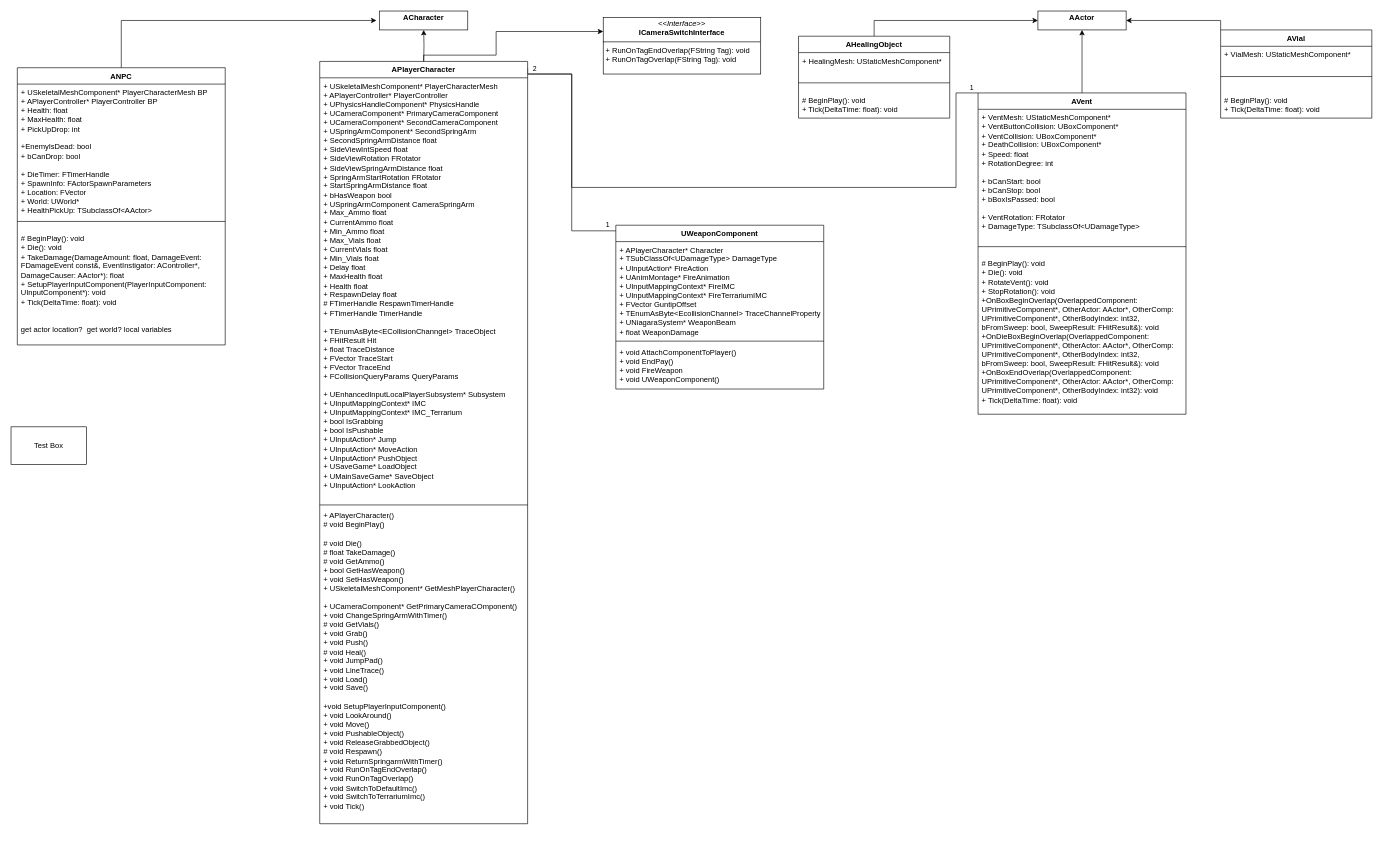
Viiktorh/Miniaturized keeps this draw.io diagram as Miniaturized Diagram.drawio. Above is the earlier version. Source tidied: cells renumbered, new cells numbered last; positions are measured from the earlier drawing's top-left corner, leaving out a move shared by most shapes. Both pictures are drawn from the tidied source at 63%, with x=0, y=0 at pixel (11, 11).
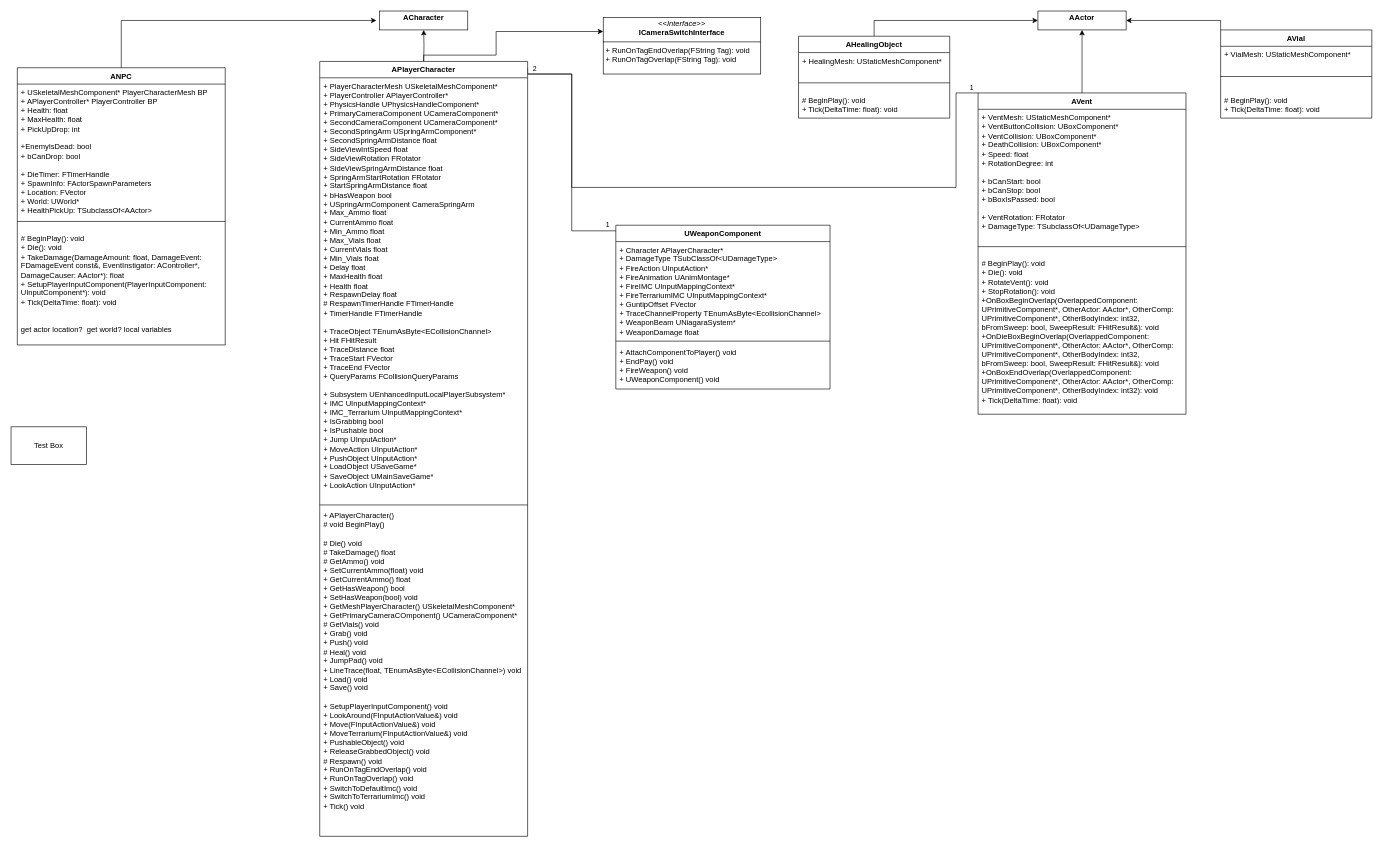
After the change.

Change to the diagram source:
```diff
@@
     <mxCell id="3" value="UWeaponComponent" style="swimlane;fontStyle=1;align=center;verticalAlign=top;horizontal=1;startSize=26;whiteSpace=wrap;html=1;" parent="1" vertex="1">
-      <mxGeometry x="960" y="340" width="330" height="260" as="geometry" />
+      <mxGeometry x="960" y="340" width="340" height="260" as="geometry" />
     </mxCell>
-    <mxCell id="4" value="+ APlayerCharacter* Character&lt;div&gt;+ TSubClassOf&amp;lt;UDamageType&amp;gt; DamageType&lt;/div&gt;&lt;div&gt;+ UInputAction* FireAction&lt;br&gt;&lt;div&gt;+ UAnimMontage* FireAnimation&lt;/div&gt;&lt;/div&gt;&lt;div&gt;+ UInputMappingContext* FireIMC&lt;/div&gt;&lt;div&gt;+ UInputMappingContext* FireTerrariumIMC&lt;/div&gt;&lt;div&gt;+ FVector GuntipOffset&lt;/div&gt;&lt;div&gt;+ TEnumAsByte&amp;lt;EcollisionChannel&amp;gt; TraceChannelProperty&lt;/div&gt;&lt;div&gt;+ UNiagaraSystem* WeaponBeam&lt;/div&gt;&lt;div&gt;+ float WeaponDamage&lt;/div&gt;" style="text;strokeColor=none;fillColor=none;align=left;verticalAlign=top;spacingLeft=4;spacingRight=4;overflow=hidden;whiteSpace=wrap;html=1;" parent="3" vertex="1">
-      <mxGeometry y="26" width="330" height="154" as="geometry" />
+    <mxCell id="4" value="+ Character APlayerCharacter*&amp;nbsp;&lt;div&gt;+ DamageType&amp;nbsp;&lt;span style=&quot;background-color: initial;&quot;&gt;TSubClassOf&amp;lt;UDamageType&amp;gt;&lt;/span&gt;&lt;span style=&quot;background-color: initial;&quot;&gt;&amp;nbsp;&lt;/span&gt;&lt;/div&gt;&lt;div&gt;+ FireAction UInputAction*&amp;nbsp;&lt;br&gt;&lt;div&gt;+ FireAnimation&amp;nbsp;&lt;span style=&quot;background-color: initial;&quot;&gt;UAnimMontage*&lt;/span&gt;&lt;span style=&quot;background-color: initial;&quot;&gt;&amp;nbsp;&lt;/span&gt;&lt;/div&gt;&lt;/div&gt;&lt;div&gt;+ FireIMC&amp;nbsp;&lt;span style=&quot;background-color: initial;&quot;&gt;UInputMappingContext*&lt;/span&gt;&lt;span style=&quot;background-color: initial;&quot;&gt;&amp;nbsp;&lt;/span&gt;&lt;/div&gt;&lt;div&gt;+ FireTerrariumIMC&amp;nbsp;&lt;span style=&quot;background-color: initial;&quot;&gt;UInputMappingContext*&lt;/span&gt;&lt;span style=&quot;background-color: initial;&quot;&gt;&amp;nbsp;&lt;/span&gt;&lt;/div&gt;&lt;div&gt;+ GuntipOffset&amp;nbsp;&lt;span style=&quot;background-color: initial;&quot;&gt;FVector&lt;/span&gt;&lt;span style=&quot;background-color: initial;&quot;&gt;&amp;nbsp;&lt;/span&gt;&lt;/div&gt;&lt;div&gt;+ TraceChannelProperty&amp;nbsp;&lt;span style=&quot;background-color: initial;&quot;&gt;TEnumAsByte&amp;lt;EcollisionChannel&amp;gt;&lt;/span&gt;&lt;span style=&quot;background-color: initial;&quot;&gt;&amp;nbsp;&lt;/span&gt;&lt;/div&gt;&lt;div&gt;+ WeaponBeam&amp;nbsp;&lt;span style=&quot;background-color: initial;&quot;&gt;UNiagaraSystem*&lt;/span&gt;&lt;/div&gt;&lt;div&gt;+ WeaponDamage&amp;nbsp;&lt;span style=&quot;background-color: initial;&quot;&gt;float&lt;/span&gt;&lt;/div&gt;" style="text;strokeColor=none;fillColor=none;align=left;verticalAlign=top;spacingLeft=4;spacingRight=4;overflow=hidden;whiteSpace=wrap;html=1;" parent="3" vertex="1">
+      <mxGeometry y="26" width="340" height="154" as="geometry" />
     </mxCell>
     <mxCell id="5" style="line;strokeWidth=1;fillColor=none;align=left;verticalAlign=middle;spacingTop=-1;spacingLeft=3;spacingRight=3;labelPosition=right;strokeColor=inherit;" parent="3" vertex="1">
-      <mxGeometry y="180" width="330" height="8" as="geometry" />
+      <mxGeometry y="180" width="340" height="8" as="geometry" />
     </mxCell>
-    <mxCell id="6" value="+ void AttachComponentToPlayer()&lt;div&gt;+ void EndPay()&lt;/div&gt;&lt;div&gt;+ void FireWeapon&lt;/div&gt;&lt;div&gt;+ void UWeaponComponent()&lt;/div&gt;" style="text;strokeColor=none;fillColor=none;align=left;verticalAlign=top;spacingLeft=4;spacingRight=4;overflow=hidden;whiteSpace=wrap;html=1;" parent="3" vertex="1">
-      <mxGeometry y="188" width="330" height="72" as="geometry" />
+    <mxCell id="6" value="+ AttachComponentToPlayer() void&amp;nbsp;&lt;div&gt;+ EndPay()&amp;nbsp;&lt;span style=&quot;background-color: initial;&quot;&gt;void&lt;/span&gt;&lt;span style=&quot;background-color: initial;&quot;&gt;&amp;nbsp;&lt;/span&gt;&lt;/div&gt;&lt;div&gt;+ FireWeapon()&amp;nbsp;&lt;span style=&quot;background-color: initial;&quot;&gt;void&lt;/span&gt;&lt;span style=&quot;background-color: initial;&quot;&gt;&amp;nbsp;&lt;/span&gt;&lt;/div&gt;&lt;div&gt;+ UWeaponComponent()&lt;span style=&quot;background-color: initial;&quot;&gt;&amp;nbsp;&lt;/span&gt;&lt;span style=&quot;background-color: initial;&quot;&gt;void&lt;/span&gt;&lt;/div&gt;" style="text;strokeColor=none;fillColor=none;align=left;verticalAlign=top;spacingLeft=4;spacingRight=4;overflow=hidden;whiteSpace=wrap;html=1;" parent="3" vertex="1">
+      <mxGeometry y="188" width="340" height="72" as="geometry" />
     </mxCell>
@@
     <mxCell id="36" value="APlayerCharacter" style="swimlane;fontStyle=1;align=center;verticalAlign=top;horizontal=1;startSize=26;whiteSpace=wrap;html=1;" parent="1" vertex="1">
-      <mxGeometry x="490" y="80" width="330" height="1210" as="geometry" />
+      <mxGeometry x="490" y="80" width="330" height="1230" as="geometry" />
     </mxCell>
-    <mxCell id="37" value="&lt;div&gt;&lt;span style=&quot;background-color: initial;&quot;&gt;+ USkeletalMeshComponent* PlayerCharacterMesh&lt;/span&gt;&lt;/div&gt;&lt;div&gt;&lt;span style=&quot;background-color: initial;&quot;&gt;+ APlayerController* PlayerController&lt;/span&gt;&lt;/div&gt;&lt;div&gt;+ UPhysicsHandleComponent* PhysicsHandle&lt;/div&gt;&lt;div&gt;+ UCameraComponent* PrimaryCameraComponent&lt;/div&gt;&lt;div&gt;+ UCameraComponent* SecondCameraComponent&lt;/div&gt;&lt;div&gt;+ USpringArmComponent* SecondSpringArm&lt;/div&gt;&lt;div&gt;+ SecondSpringArmDistance float&lt;/div&gt;&lt;div&gt;+ SideViewIntSpeed float&lt;/div&gt;&lt;div&gt;+ SideViewRotation FRotator&lt;/div&gt;&lt;div&gt;+ SideViewSpringArmDistance float&lt;/div&gt;&lt;div&gt;+ SpringArmStartRotation FRotator&lt;/div&gt;&lt;div&gt;+ StartSpringArmDistance float&lt;/div&gt;&lt;span style=&quot;background-color: initial;&quot;&gt;+ bHasWeapon bool&lt;/span&gt;&lt;div&gt;+ USpringArmComponent CameraSpringArm&lt;/div&gt;&lt;div&gt;+ Max_Ammo float&lt;/div&gt;&lt;div&gt;+ CurrentAmmo float&lt;/div&gt;&lt;div&gt;+ Min_Ammo float&lt;/div&gt;&lt;div&gt;&lt;div&gt;+ Max_Vials float&lt;/div&gt;&lt;div&gt;+ CurrentVials float&lt;/div&gt;&lt;/div&gt;&lt;div&gt;+ Min_Vials float&lt;/div&gt;&lt;div&gt;+ Delay float&lt;/div&gt;&lt;div&gt;+ MaxHealth float&lt;/div&gt;&lt;div&gt;+ Health float&lt;/div&gt;&lt;div&gt;+ RespawnDelay float&lt;/div&gt;&lt;div&gt;# FTimerHandle RespawnTimerHandle&lt;/div&gt;&lt;div&gt;+ FTimerHandle TimerHandle&lt;/div&gt;&lt;div&gt;&lt;br&gt;&lt;/div&gt;&lt;div&gt;+ TEnumAsByte&amp;lt;ECollisionChanngel&amp;gt; TraceObject&lt;/div&gt;&lt;div&gt;+ FHitResult Hit&lt;/div&gt;&lt;div&gt;+ float TraceDistance&lt;/div&gt;&lt;div&gt;+ FVector TraceStart&lt;/div&gt;&lt;div&gt;+ FVector TraceEnd&lt;/div&gt;&lt;div&gt;+ FCollisionQueryParams QueryParams&lt;/div&gt;&lt;div&gt;&lt;br&gt;&lt;/div&gt;&lt;div&gt;+ UEnhancedInputLocalPlayerSubsystem* Subsystem&lt;/div&gt;&lt;div&gt;+ UInputMappingContext* IMC&lt;/div&gt;&lt;div&gt;+ UInputMappingContext* IMC_Terrarium&lt;/div&gt;&lt;div&gt;+ bool IsGrabbing&lt;/div&gt;&lt;div&gt;+ bool IsPushable&lt;/div&gt;&lt;div&gt;+ UInputAction* Jump&lt;/div&gt;&lt;div&gt;+ UInputAction* MoveAction&lt;/div&gt;&lt;div&gt;+ UInputAction* PushObject&lt;/div&gt;&lt;div&gt;+ USaveGame* LoadObject&lt;/div&gt;&lt;div&gt;+ UMainSaveGame* SaveObject&lt;/div&gt;&lt;div&gt;+ UInputAction* LookAction&lt;/div&gt;&lt;div&gt;&lt;br&gt;&lt;/div&gt;" style="text;strokeColor=none;fillColor=none;align=left;verticalAlign=top;spacingLeft=4;spacingRight=4;overflow=hidden;whiteSpace=wrap;html=1;" parent="36" vertex="1">
+    <mxCell id="37" value="&lt;div&gt;&lt;span style=&quot;background-color: initial;&quot;&gt;+ PlayerCharacterMesh&amp;nbsp;&lt;/span&gt;&lt;span style=&quot;background-color: initial;&quot;&gt;USkeletalMeshComponent*&lt;/span&gt;&lt;span style=&quot;background-color: initial;&quot;&gt;&amp;nbsp;&lt;/span&gt;&lt;/div&gt;&lt;div&gt;&lt;span style=&quot;background-color: initial;&quot;&gt;+ PlayerController&amp;nbsp;&lt;/span&gt;&lt;span style=&quot;background-color: initial;&quot;&gt;APlayerController*&lt;/span&gt;&lt;span style=&quot;background-color: initial;&quot;&gt;&amp;nbsp;&lt;/span&gt;&lt;/div&gt;&lt;div&gt;+ PhysicsHandle&amp;nbsp;&lt;span style=&quot;background-color: initial;&quot;&gt;UPhysicsHandleComponent*&lt;/span&gt;&lt;span style=&quot;background-color: initial;&quot;&gt;&amp;nbsp;&lt;/span&gt;&lt;/div&gt;&lt;div&gt;+ PrimaryCameraComponent&amp;nbsp;&lt;span style=&quot;background-color: initial;&quot;&gt;UCameraComponent*&lt;/span&gt;&lt;span style=&quot;background-color: initial;&quot;&gt;&amp;nbsp;&lt;/span&gt;&lt;/div&gt;&lt;div&gt;+ SecondCameraComponent&amp;nbsp;&lt;span style=&quot;background-color: initial;&quot;&gt;UCameraComponent*&lt;/span&gt;&lt;span style=&quot;background-color: initial;&quot;&gt;&amp;nbsp;&lt;/span&gt;&lt;/div&gt;&lt;div&gt;+ SecondSpringArm&amp;nbsp;&lt;span style=&quot;background-color: initial;&quot;&gt;USpringArmComponent*&lt;/span&gt;&lt;span style=&quot;background-color: initial;&quot;&gt;&amp;nbsp;&lt;/span&gt;&lt;/div&gt;&lt;div&gt;+ SecondSpringArmDistance float&lt;/div&gt;&lt;div&gt;+ SideViewIntSpeed float&lt;/div&gt;&lt;div&gt;+ SideViewRotation FRotator&lt;/div&gt;&lt;div&gt;+ SideViewSpringArmDistance float&lt;/div&gt;&lt;div&gt;+ SpringArmStartRotation FRotator&lt;/div&gt;&lt;div&gt;+ StartSpringArmDistance float&lt;/div&gt;&lt;span style=&quot;background-color: initial;&quot;&gt;+ bHasWeapon bool&lt;/span&gt;&lt;div&gt;+ USpringArmComponent CameraSpringArm&lt;/div&gt;&lt;div&gt;+ Max_Ammo float&lt;/div&gt;&lt;div&gt;+ CurrentAmmo float&lt;/div&gt;&lt;div&gt;+ Min_Ammo float&lt;/div&gt;&lt;div&gt;&lt;div&gt;+ Max_Vials float&lt;/div&gt;&lt;div&gt;+ CurrentVials float&lt;/div&gt;&lt;/div&gt;&lt;div&gt;+ Min_Vials float&lt;/div&gt;&lt;div&gt;+ Delay float&lt;/div&gt;&lt;div&gt;+ MaxHealth float&lt;/div&gt;&lt;div&gt;+ Health float&lt;/div&gt;&lt;div&gt;+ RespawnDelay float&lt;/div&gt;&lt;div&gt;# RespawnTimerHandle&amp;nbsp;&lt;span style=&quot;background-color: initial;&quot;&gt;FTimerHandle&lt;/span&gt;&lt;/div&gt;&lt;div&gt;+ TimerHandle&amp;nbsp;&lt;span style=&quot;background-color: initial;&quot;&gt;FTimerHandle&lt;/span&gt;&lt;span style=&quot;background-color: initial;&quot;&gt;&amp;nbsp;&lt;/span&gt;&lt;/div&gt;&lt;div&gt;&lt;br&gt;&lt;/div&gt;&lt;div&gt;+ TraceObject&amp;nbsp;&lt;span style=&quot;background-color: initial;&quot;&gt;TEnumAsByte&amp;lt;ECollisionChannel&amp;gt;&lt;/span&gt;&lt;/div&gt;&lt;div&gt;+ Hit&amp;nbsp;&lt;span style=&quot;background-color: initial;&quot;&gt;FHitResult&lt;/span&gt;&lt;span style=&quot;background-color: initial;&quot;&gt;&amp;nbsp;&lt;/span&gt;&lt;/div&gt;&lt;div&gt;+ TraceDistance&amp;nbsp;&lt;span style=&quot;background-color: initial;&quot;&gt;float&lt;/span&gt;&lt;span style=&quot;background-color: initial;&quot;&gt;&amp;nbsp;&lt;/span&gt;&lt;/div&gt;&lt;div&gt;+ TraceStart&amp;nbsp;&lt;span style=&quot;background-color: initial;&quot;&gt;FVector&lt;/span&gt;&lt;span style=&quot;background-color: initial;&quot;&gt;&amp;nbsp;&lt;/span&gt;&lt;/div&gt;&lt;div&gt;+ TraceEnd&amp;nbsp;&lt;span style=&quot;background-color: initial;&quot;&gt;FVector&lt;/span&gt;&lt;span style=&quot;background-color: initial;&quot;&gt;&amp;nbsp;&lt;/span&gt;&lt;/div&gt;&lt;div&gt;+ QueryParams&amp;nbsp;&lt;span style=&quot;background-color: initial;&quot;&gt;FCollisionQueryParams&lt;/span&gt;&lt;span style=&quot;background-color: initial;&quot;&gt;&amp;nbsp;&lt;/span&gt;&lt;/div&gt;&lt;div&gt;&lt;br&gt;&lt;/div&gt;&lt;div&gt;+ Subsystem U&lt;span style=&quot;background-color: initial;&quot;&gt;EnhancedInputLocalPlayerSubsystem*&lt;/span&gt;&lt;span style=&quot;background-color: initial;&quot;&gt;&amp;nbsp;&lt;/span&gt;&lt;/div&gt;&lt;div&gt;+ IMC&amp;nbsp;&lt;span style=&quot;background-color: initial;&quot;&gt;UInputMappingContext*&lt;/span&gt;&lt;span style=&quot;background-color: initial;&quot;&gt;&amp;nbsp;&lt;/span&gt;&lt;/div&gt;&lt;div&gt;+ IMC_Terrarium&lt;span style=&quot;background-color: initial;&quot;&gt;&amp;nbsp;&lt;/span&gt;&lt;span style=&quot;background-color: initial;&quot;&gt;UInputMappingContext*&lt;/span&gt;&lt;span style=&quot;background-color: initial;&quot;&gt;&amp;nbsp;&lt;/span&gt;&lt;/div&gt;&lt;div&gt;+ IsGrabbing&amp;nbsp;&lt;span style=&quot;background-color: initial;&quot;&gt;bool&lt;/span&gt;&lt;span style=&quot;background-color: initial;&quot;&gt;&amp;nbsp;&lt;/span&gt;&lt;/div&gt;&lt;div&gt;+ IsPushable&amp;nbsp;&lt;span style=&quot;background-color: initial;&quot;&gt;bool&lt;/span&gt;&lt;span style=&quot;background-color: initial;&quot;&gt;&amp;nbsp;&lt;/span&gt;&lt;/div&gt;&lt;div&gt;+ Jump&amp;nbsp;&lt;span style=&quot;background-color: initial;&quot;&gt;UInputAction*&lt;/span&gt;&lt;span style=&quot;background-color: initial;&quot;&gt;&amp;nbsp;&lt;/span&gt;&lt;/div&gt;&lt;div&gt;+ MoveAction&amp;nbsp;&lt;span style=&quot;background-color: initial;&quot;&gt;UInputAction*&lt;/span&gt;&lt;span style=&quot;background-color: initial;&quot;&gt;&amp;nbsp;&lt;/span&gt;&lt;/div&gt;&lt;div&gt;+ PushObject&amp;nbsp;&lt;span style=&quot;background-color: initial;&quot;&gt;UInputAction*&lt;/span&gt;&lt;span style=&quot;background-color: initial;&quot;&gt;&amp;nbsp;&lt;/span&gt;&lt;/div&gt;&lt;div&gt;+ LoadObject&amp;nbsp;&lt;span style=&quot;background-color: initial;&quot;&gt;USaveGame*&lt;/span&gt;&lt;span style=&quot;background-color: initial;&quot;&gt;&amp;nbsp;&lt;/span&gt;&lt;/div&gt;&lt;div&gt;+ SaveObject&amp;nbsp;&lt;span style=&quot;background-color: initial;&quot;&gt;UMainSaveGame*&lt;/span&gt;&lt;span style=&quot;background-color: initial;&quot;&gt;&amp;nbsp;&lt;/span&gt;&lt;/div&gt;&lt;div&gt;+ LookAction&lt;span style=&quot;background-color: initial;&quot;&gt;&amp;nbsp;&lt;/span&gt;&lt;span style=&quot;background-color: initial;&quot;&gt;UInputAction*&lt;/span&gt;&lt;span style=&quot;background-color: initial;&quot;&gt;&amp;nbsp;&lt;/span&gt;&lt;/div&gt;&lt;div&gt;&lt;br&gt;&lt;/div&gt;" style="text;strokeColor=none;fillColor=none;align=left;verticalAlign=top;spacingLeft=4;spacingRight=4;overflow=hidden;whiteSpace=wrap;html=1;" parent="36" vertex="1">
       <mxGeometry y="26" width="330" height="674" as="geometry" />
     </mxCell>
@@
-    <mxCell id="39" value="&lt;div&gt;+ APlayerCharacter()&lt;/div&gt;&lt;div&gt;# void BeginPlay()&lt;/div&gt;&lt;div&gt;&lt;br&gt;&lt;/div&gt;&lt;div&gt;# void Die()&lt;/div&gt;&lt;div&gt;# float TakeDamage()&lt;/div&gt;&lt;div&gt;# void GetAmmo()&lt;/div&gt;&lt;div&gt;+ bool GetHasWeapon()&lt;/div&gt;&lt;div&gt;+ void SetHasWeapon()&lt;/div&gt;&lt;div&gt;+ USkeletalMeshComponent* GetMeshPlayerCharacter()&lt;/div&gt;&lt;div&gt;&lt;br&gt;&lt;/div&gt;&lt;div&gt;+ UCameraComponent* GetPrimaryCameraCOmponent()&lt;/div&gt;&lt;div&gt;+ void ChangeSpringArmWithTimer()&lt;br&gt;&lt;/div&gt;&lt;div&gt;# void GetVials()&lt;/div&gt;&lt;div&gt;+ void Grab()&lt;/div&gt;&lt;div&gt;+ void Push()&lt;/div&gt;&lt;div&gt;# void Heal()&lt;/div&gt;&lt;div&gt;+ void JumpPad()&lt;/div&gt;&lt;div&gt;+ void LineTrace()&lt;/div&gt;&lt;div&gt;+ void Load()&lt;/div&gt;&lt;div&gt;+ void Save()&lt;/div&gt;&lt;div&gt;&lt;br&gt;&lt;/div&gt;&lt;div&gt;+void SetupPlayerInputComponent()&lt;/div&gt;&lt;div&gt;+ void LookAround()&lt;/div&gt;&lt;div&gt;+ void Move()&lt;/div&gt;&lt;div&gt;+ void PushableObject()&lt;/div&gt;&lt;div&gt;+ void ReleaseGrabbedObject()&lt;/div&gt;&lt;div&gt;# void Respawn()&lt;/div&gt;&lt;div&gt;+ void ReturnSpringarmWithTimer()&lt;/div&gt;&lt;div&gt;+ void RunOnTagEndOverlap()&lt;/div&gt;&lt;div&gt;+ void RunOnTagOverlap()&lt;/div&gt;&lt;div&gt;+ void SwitchToDefaultImc()&lt;/div&gt;&lt;div&gt;+ void SwitchToTerrariumImc()&lt;/div&gt;&lt;div&gt;+ void Tick()&lt;/div&gt;" style="text;strokeColor=none;fillColor=none;align=left;verticalAlign=top;spacingLeft=4;spacingRight=4;overflow=hidden;whiteSpace=wrap;html=1;" parent="36" vertex="1">
-      <mxGeometry y="708" width="330" height="502" as="geometry" />
+    <mxCell id="39" value="&lt;div&gt;+ APlayerCharacter()&lt;/div&gt;&lt;div&gt;# void BeginPlay()&lt;/div&gt;&lt;div&gt;&lt;br&gt;&lt;/div&gt;&lt;div&gt;# Die()&amp;nbsp;&lt;span style=&quot;background-color: initial;&quot;&gt;void&lt;/span&gt;&lt;span style=&quot;background-color: initial;&quot;&gt;&amp;nbsp;&lt;/span&gt;&lt;/div&gt;&lt;div&gt;# TakeDamage()&amp;nbsp;&lt;span style=&quot;background-color: initial;&quot;&gt;float&lt;/span&gt;&lt;span style=&quot;background-color: initial;&quot;&gt;&amp;nbsp;&lt;/span&gt;&lt;/div&gt;&lt;div&gt;# GetAmmo()&amp;nbsp;&lt;span style=&quot;background-color: initial;&quot;&gt;void&lt;/span&gt;&lt;span style=&quot;background-color: initial;&quot;&gt;&amp;nbsp;&lt;/span&gt;&lt;/div&gt;&lt;div&gt;&lt;span style=&quot;background-color: initial;&quot;&gt;+ SetCurrentAmmo(float) void&lt;/span&gt;&lt;/div&gt;&lt;div&gt;&lt;span style=&quot;background-color: initial;&quot;&gt;+ GetCurrentAmmo() float&lt;/span&gt;&lt;/div&gt;&lt;div&gt;+ GetHasWeapon()&amp;nbsp;&lt;span style=&quot;background-color: initial;&quot;&gt;bool&lt;/span&gt;&lt;span style=&quot;background-color: initial;&quot;&gt;&amp;nbsp;&lt;/span&gt;&lt;/div&gt;&lt;div&gt;+ SetHasWeapon(bool)&amp;nbsp;&lt;span style=&quot;background-color: initial;&quot;&gt;void&lt;/span&gt;&lt;span style=&quot;background-color: initial;&quot;&gt;&amp;nbsp;&lt;/span&gt;&lt;/div&gt;&lt;div&gt;+ GetMeshPlayerCharacter()&amp;nbsp;&lt;span style=&quot;background-color: initial;&quot;&gt;USkeletalMeshComponent*&lt;/span&gt;&lt;span style=&quot;background-color: initial;&quot;&gt;&amp;nbsp;&lt;/span&gt;&lt;/div&gt;&lt;div&gt;+ GetPrimaryCameraCOmponent()&amp;nbsp;&lt;span style=&quot;background-color: initial;&quot;&gt;UCameraComponent*&lt;/span&gt;&lt;span style=&quot;background-color: initial;&quot;&gt;&amp;nbsp;&lt;/span&gt;&lt;/div&gt;&lt;div&gt;# GetVials()&amp;nbsp;&lt;span style=&quot;background-color: initial;&quot;&gt;void&lt;/span&gt;&lt;span style=&quot;background-color: initial;&quot;&gt;&amp;nbsp;&lt;/span&gt;&lt;/div&gt;&lt;div&gt;+ Grab()&amp;nbsp;&lt;span style=&quot;background-color: initial;&quot;&gt;void&lt;/span&gt;&lt;span style=&quot;background-color: initial;&quot;&gt;&amp;nbsp;&lt;/span&gt;&lt;/div&gt;&lt;div&gt;+ Push()&amp;nbsp;&lt;span style=&quot;background-color: initial;&quot;&gt;void&lt;/span&gt;&lt;span style=&quot;background-color: initial;&quot;&gt;&amp;nbsp;&lt;/span&gt;&lt;/div&gt;&lt;div&gt;# Heal()&amp;nbsp;&lt;span style=&quot;background-color: initial;&quot;&gt;void&lt;/span&gt;&lt;span style=&quot;background-color: initial;&quot;&gt;&amp;nbsp;&lt;/span&gt;&lt;/div&gt;&lt;div&gt;+ JumpPad()&amp;nbsp;&lt;span style=&quot;background-color: initial;&quot;&gt;void&lt;/span&gt;&lt;span style=&quot;background-color: initial;&quot;&gt;&amp;nbsp;&lt;/span&gt;&lt;/div&gt;&lt;div&gt;+ LineTrace(float, TEnumAsByte&amp;lt;ECollisionChannel&amp;gt;)&amp;nbsp;&lt;span style=&quot;background-color: initial;&quot;&gt;void&lt;/span&gt;&lt;span style=&quot;background-color: initial;&quot;&gt;&amp;nbsp;&lt;/span&gt;&lt;/div&gt;&lt;div&gt;+ Load()&amp;nbsp;&lt;span style=&quot;background-color: initial;&quot;&gt;void&lt;/span&gt;&lt;span style=&quot;background-color: initial;&quot;&gt;&amp;nbsp;&lt;/span&gt;&lt;/div&gt;&lt;div&gt;+ Save()&amp;nbsp;&lt;span style=&quot;background-color: initial;&quot;&gt;void&lt;/span&gt;&lt;span style=&quot;background-color: initial;&quot;&gt;&amp;nbsp;&lt;/span&gt;&lt;/div&gt;&lt;div&gt;&lt;br&gt;&lt;/div&gt;&lt;div&gt;+ SetupPlayerInputComponent()&amp;nbsp;&lt;span style=&quot;background-color: initial;&quot;&gt;void&lt;/span&gt;&lt;/div&gt;&lt;div&gt;+ LookAround(FInputActionValue&amp;amp;)&amp;nbsp;&lt;span style=&quot;background-color: initial;&quot;&gt;void&lt;/span&gt;&lt;span style=&quot;background-color: initial;&quot;&gt;&amp;nbsp;&lt;/span&gt;&lt;/div&gt;&lt;div&gt;+ Move(FInputActionValue&amp;amp;)&amp;nbsp;&lt;span style=&quot;background-color: initial;&quot;&gt;void&lt;/span&gt;&lt;span style=&quot;background-color: initial;&quot;&gt;&amp;nbsp;&amp;nbsp;&lt;/span&gt;&lt;/div&gt;&lt;div&gt;&lt;span style=&quot;background-color: initial;&quot;&gt;+ MoveTerrarium(&lt;/span&gt;&lt;span style=&quot;background-color: initial;&quot;&gt;FInputActionValue&amp;amp;) void&lt;/span&gt;&lt;/div&gt;&lt;div&gt;+ PushableObject()&amp;nbsp;&lt;span style=&quot;background-color: initial;&quot;&gt;void&lt;/span&gt;&lt;span style=&quot;background-color: initial;&quot;&gt;&amp;nbsp;&lt;/span&gt;&lt;/div&gt;&lt;div&gt;+ ReleaseGrabbedObject()&amp;nbsp;&lt;span style=&quot;background-color: initial;&quot;&gt;void&lt;/span&gt;&lt;span style=&quot;background-color: initial;&quot;&gt;&amp;nbsp;&lt;/span&gt;&lt;/div&gt;&lt;div&gt;# Respawn()&amp;nbsp;&lt;span style=&quot;background-color: initial;&quot;&gt;void&lt;/span&gt;&lt;span style=&quot;background-color: initial;&quot;&gt;&amp;nbsp;&lt;/span&gt;&lt;/div&gt;&lt;div&gt;+ RunOnTagEndOverlap()&amp;nbsp;&lt;span style=&quot;background-color: initial;&quot;&gt;void&lt;/span&gt;&lt;span style=&quot;background-color: initial;&quot;&gt;&amp;nbsp;&lt;/span&gt;&lt;/div&gt;&lt;div&gt;+ RunOnTagOverlap()&amp;nbsp;&lt;span style=&quot;background-color: initial;&quot;&gt;void&lt;/span&gt;&lt;span style=&quot;background-color: initial;&quot;&gt;&amp;nbsp;&lt;/span&gt;&lt;/div&gt;&lt;div&gt;+ SwitchToDefaultImc()&amp;nbsp;&lt;span style=&quot;background-color: initial;&quot;&gt;void&lt;/span&gt;&lt;span style=&quot;background-color: initial;&quot;&gt;&amp;nbsp;&lt;/span&gt;&lt;/div&gt;&lt;div&gt;+ SwitchToTerrariumImc()&amp;nbsp;&lt;span style=&quot;background-color: initial;&quot;&gt;void&lt;/span&gt;&lt;span style=&quot;background-color: initial;&quot;&gt;&amp;nbsp;&lt;/span&gt;&lt;/div&gt;&lt;div&gt;+ Tick()&amp;nbsp;&lt;span style=&quot;background-color: initial;&quot;&gt;void&lt;/span&gt;&lt;span style=&quot;background-color: initial;&quot;&gt;&amp;nbsp;&lt;/span&gt;&lt;/div&gt;" style="text;strokeColor=none;fillColor=none;align=left;verticalAlign=top;spacingLeft=4;spacingRight=4;overflow=hidden;whiteSpace=wrap;html=1;" parent="36" vertex="1">
+      <mxGeometry y="708" width="330" height="522" as="geometry" />
     </mxCell>
```
